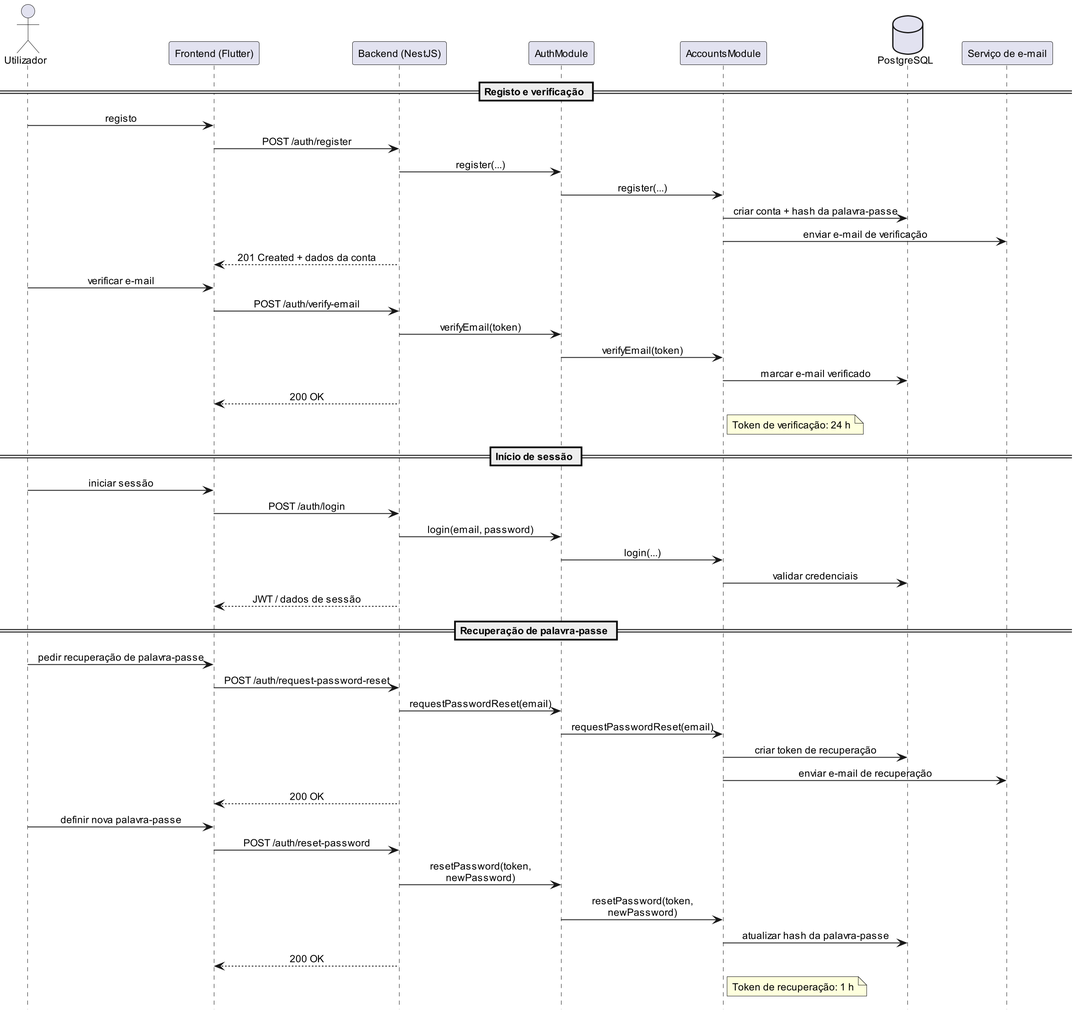
alegna83/cookbook-be keeps this PlantUML diagram as docs/diagrams/png/communication-auth-flow.png. Above is the earlier version.
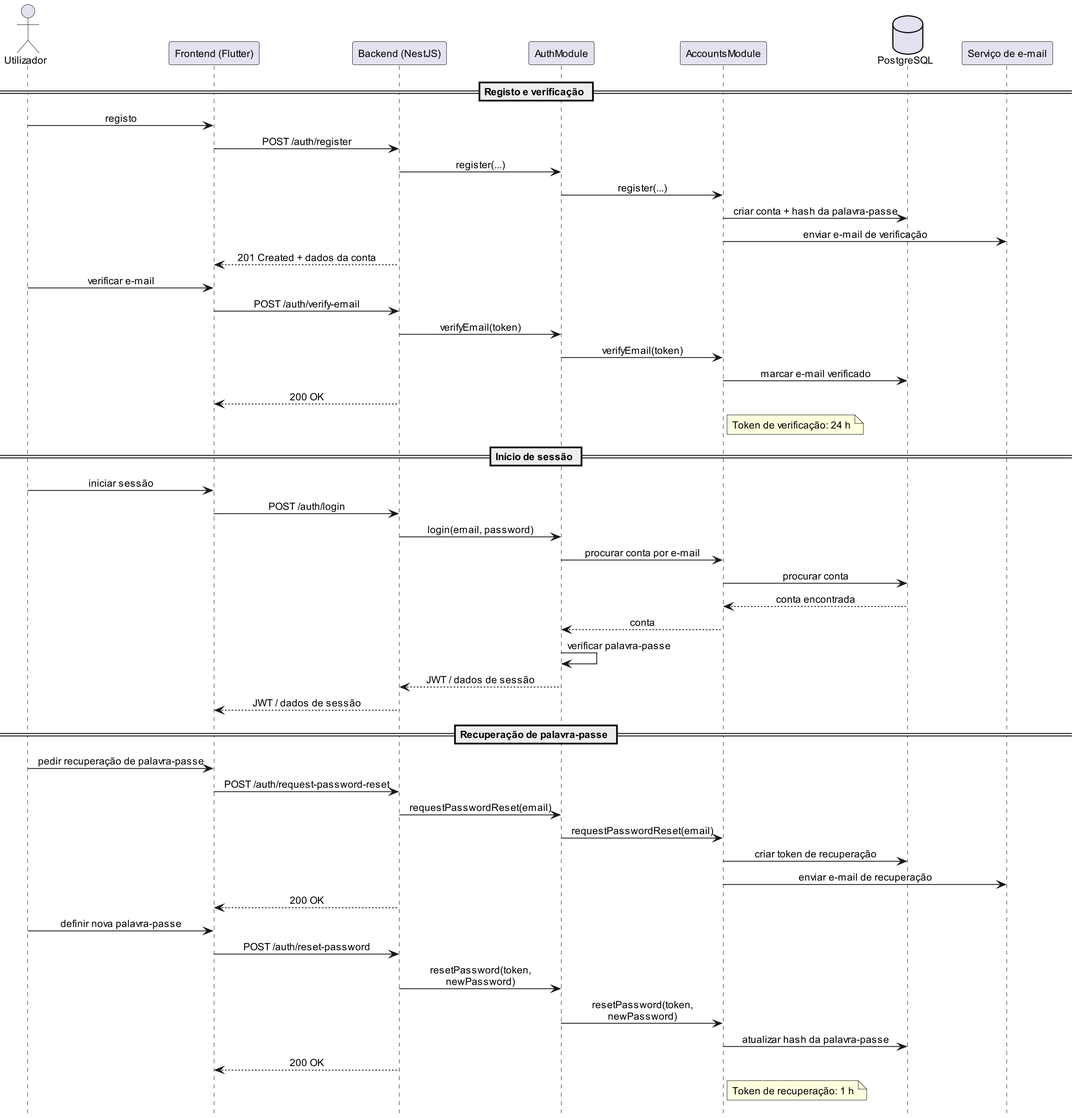
Above is the later version.

Commit message:
communication auth flow

Change to the diagram source:
```diff
@@ -45,8 +45,12 @@
 Utilizador -> FE : iniciar sessão
 FE -> BE : POST /auth/login
 BE -> AuthModule : login(email, password)
-AuthModule -> AccountsModule : login(...)
-AccountsModule -> DB : validar credenciais
+AuthModule -> AccountsModule : procurar conta por e-mail
+AccountsModule -> DB : procurar conta
+DB --> AccountsModule : conta encontrada
+AccountsModule --> AuthModule : conta
+AuthModule -> AuthModule : verificar palavra-passe
+AuthModule --> BE : JWT / dados de sessão
 BE --> FE : JWT / dados de sessão
 
 == Recuperação de palavra-passe ==
```
